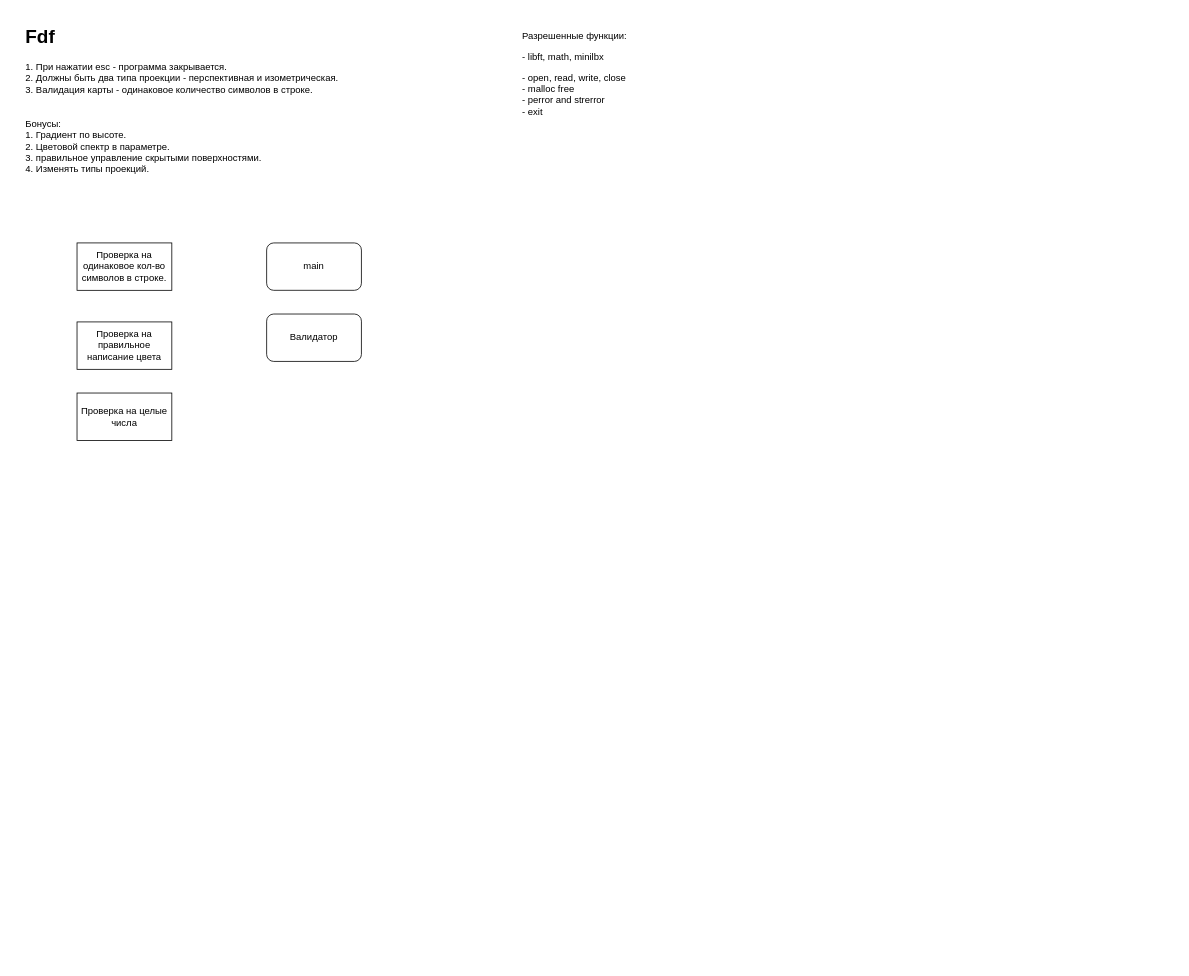
Above: map.drawio in Yaroslew/Fdf (draw.io), before the change. Source tidied: cells renumbered, new cells numbered last; positions are measured from the earlier drawing's top-left corner, leaving out a move shared by most shapes. Both pictures are drawn from the tidied source at 79%, with x=0, y=0 at pixel (21, 13).
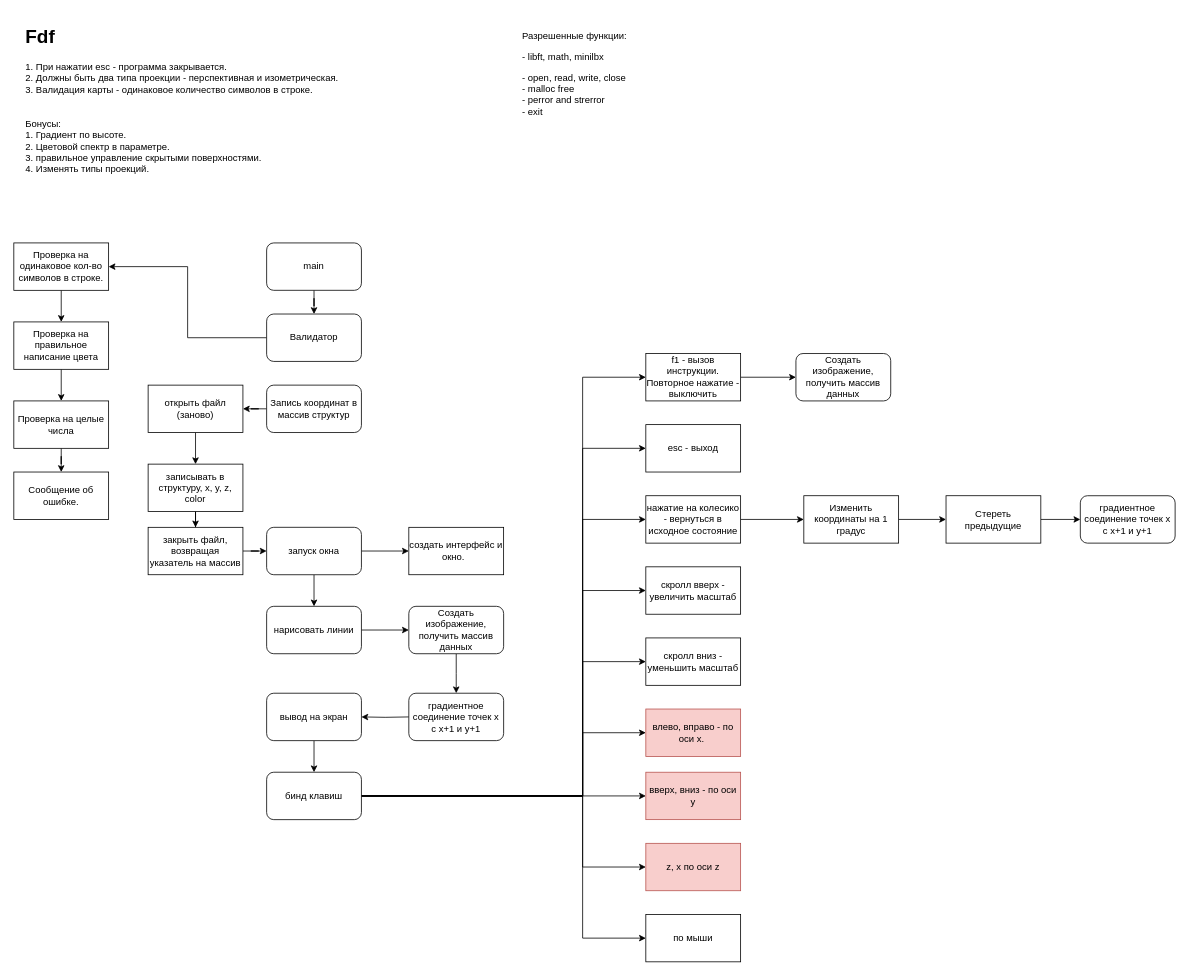
Above is the later version.

Unchanged cells that the change refers to:
```xml
<mxCell id="4" value="main" style="rounded=1;whiteSpace=wrap;html=1;" parent="1" vertex="1">
  <mxGeometry x="310" y="290" width="120" height="60" as="geometry" />
</mxCell>
<mxCell id="5" value="Валидатор" style="rounded=1;whiteSpace=wrap;html=1;" parent="1" vertex="1">
  <mxGeometry x="310" y="380" width="120" height="60" as="geometry" />
</mxCell>
```

The edit, as a diff of the source:
```diff
@@
+    <mxCell id="9" style="edgeStyle=orthogonalEdgeStyle;rounded=0;jettySize=auto;html=1;entryX=0.5;entryY=0;entryDx=0;entryDy=0;" parent="1" edge="1" source="4" target="5">
+      <mxGeometry relative="1" as="geometry" />
+    </mxCell>
@@
+    <mxCell id="10" style="edgeStyle=orthogonalEdgeStyle;rounded=0;jettySize=auto;html=1;entryX=1;entryY=0.5;entryDx=0;entryDy=0;" parent="1" edge="1" source="5" target="6">
+      <mxGeometry relative="1" as="geometry" />
+    </mxCell>
@@
+    <mxCell id="11" style="edgeStyle=orthogonalEdgeStyle;rounded=0;jettySize=auto;html=1;entryX=0.5;entryY=0;entryDx=0;entryDy=0;" parent="1" edge="1" source="6" target="7">
+      <mxGeometry relative="1" as="geometry" />
+    </mxCell>
     <mxCell id="6" value="Проверка на одинаковое кол-во символов в строке." style="rounded=0;whiteSpace=wrap;html=1;" parent="1" vertex="1">
-      <mxGeometry x="70" y="290" width="120" height="60" as="geometry" />
+      <mxGeometry x="-10" y="290" width="120" height="60" as="geometry" />
     </mxCell>
+    <mxCell id="12" style="edgeStyle=orthogonalEdgeStyle;rounded=0;jettySize=auto;html=1;entryX=0.5;entryY=0;entryDx=0;entryDy=0;" parent="1" edge="1" source="7" target="8">
+      <mxGeometry relative="1" as="geometry" />
+    </mxCell>
     <mxCell id="7" value="Проверка на правильное написание цвета" style="rounded=0;whiteSpace=wrap;html=1;" parent="1" vertex="1">
-      <mxGeometry x="70" y="390" width="120" height="60" as="geometry" />
+      <mxGeometry x="-10" y="390" width="120" height="60" as="geometry" />
     </mxCell>
+    <mxCell id="13" style="edgeStyle=orthogonalEdgeStyle;rounded=0;jettySize=auto;html=1;entryX=0.5;entryY=0;entryDx=0;entryDy=0;" parent="1" edge="1" source="8" target="46">
+      <mxGeometry relative="1" as="geometry" />
+    </mxCell>
     <mxCell id="8" value="Проверка на целые числа" style="rounded=0;whiteSpace=wrap;html=1;" parent="1" vertex="1">
-      <mxGeometry x="70" y="480" width="120" height="60" as="geometry" />
+      <mxGeometry x="-10" y="490" width="120" height="60" as="geometry" />
     </mxCell>
+    <mxCell id="14" style="edgeStyle=orthogonalEdgeStyle;rounded=0;jettySize=auto;html=1;exitX=1;exitY=0.5;exitDx=0;exitDy=0;entryX=0;entryY=0.5;entryDx=0;entryDy=0;" parent="1" edge="1" source="23" target="33">
+      <mxGeometry relative="1" as="geometry">
+        <Array as="points">
+          <mxPoint x="710" y="990" />
+          <mxPoint x="710" y="460" />
+        </Array>
+      </mxGeometry>
+    </mxCell>
+    <mxCell id="15" style="edgeStyle=orthogonalEdgeStyle;rounded=0;jettySize=auto;html=1;entryX=0;entryY=0.5;entryDx=0;entryDy=0;" parent="1" edge="1" source="23" target="24">
+      <mxGeometry relative="1" as="geometry">
+        <Array as="points">
+          <mxPoint x="710" y="990" />
+          <mxPoint x="710" y="550" />
+        </Array>
+      </mxGeometry>
+    </mxCell>
+    <mxCell id="16" style="edgeStyle=orthogonalEdgeStyle;rounded=0;jettySize=auto;html=1;entryX=0;entryY=0.5;entryDx=0;entryDy=0;" parent="1" edge="1" source="23" target="26">
+      <mxGeometry relative="1" as="geometry">
+        <Array as="points">
+          <mxPoint x="710" y="990" />
+          <mxPoint x="710" y="640" />
+        </Array>
+      </mxGeometry>
+    </mxCell>
+    <mxCell id="17" style="edgeStyle=orthogonalEdgeStyle;rounded=0;jettySize=auto;html=1;entryX=0;entryY=0.5;entryDx=0;entryDy=0;" parent="1" edge="1" source="23" target="27">
+      <mxGeometry relative="1" as="geometry">
+        <Array as="points">
+          <mxPoint x="710" y="990" />
+          <mxPoint x="710" y="730" />
+        </Array>
+      </mxGeometry>
+    </mxCell>
+    <mxCell id="18" style="edgeStyle=orthogonalEdgeStyle;rounded=0;jettySize=auto;html=1;entryX=0;entryY=0.5;entryDx=0;entryDy=0;" parent="1" edge="1" source="23" target="28">
+      <mxGeometry relative="1" as="geometry">
+        <Array as="points">
+          <mxPoint x="710" y="990" />
+          <mxPoint x="710" y="820" />
+        </Array>
+      </mxGeometry>
+    </mxCell>
+    <mxCell id="19" style="edgeStyle=orthogonalEdgeStyle;rounded=0;jettySize=auto;html=1;entryX=0;entryY=0.5;entryDx=0;entryDy=0;" parent="1" edge="1" source="23" target="29">
+      <mxGeometry relative="1" as="geometry">
+        <Array as="points">
+          <mxPoint x="710" y="990" />
+          <mxPoint x="710" y="910" />
+        </Array>
+      </mxGeometry>
+    </mxCell>
+    <mxCell id="20" style="edgeStyle=orthogonalEdgeStyle;rounded=0;jettySize=auto;html=1;entryX=0;entryY=0.5;entryDx=0;entryDy=0;" parent="1" edge="1" source="23" target="30">
+      <mxGeometry relative="1" as="geometry" />
+    </mxCell>
+    <mxCell id="21" style="edgeStyle=orthogonalEdgeStyle;rounded=0;jettySize=auto;html=1;entryX=0;entryY=0.5;entryDx=0;entryDy=0;" parent="1" edge="1" source="23" target="31">
+      <mxGeometry relative="1" as="geometry">
+        <Array as="points">
+          <mxPoint x="710" y="990" />
+          <mxPoint x="710" y="1080" />
+        </Array>
+      </mxGeometry>
+    </mxCell>
+    <mxCell id="22" style="edgeStyle=orthogonalEdgeStyle;rounded=0;jettySize=auto;html=1;entryX=0;entryY=0.5;entryDx=0;entryDy=0;" parent="1" edge="1" source="23" target="55">
+      <mxGeometry relative="1" as="geometry">
+        <Array as="points">
+          <mxPoint x="710" y="990" />
+          <mxPoint x="710" y="1170" />
+        </Array>
+      </mxGeometry>
+    </mxCell>
+    <mxCell id="23" value="бинд клавиш" style="rounded=1;whiteSpace=wrap;html=1;" parent="1" vertex="1">
+      <mxGeometry x="310" y="960" width="120" height="60" as="geometry" />
+    </mxCell>
+    <mxCell id="24" value="esc - выход" style="rounded=0;whiteSpace=wrap;html=1;" parent="1" vertex="1">
+      <mxGeometry x="790" y="520" width="120" height="60" as="geometry" />
+    </mxCell>
+    <mxCell id="25" style="edgeStyle=orthogonalEdgeStyle;rounded=0;jettySize=auto;html=1;entryX=0;entryY=0.5;entryDx=0;entryDy=0;" parent="1" edge="1" source="26" target="57">
+      <mxGeometry relative="1" as="geometry" />
+    </mxCell>
+    <mxCell id="26" value="нажатие на колесико - вернуться в исходное состояние" style="rounded=0;whiteSpace=wrap;html=1;" parent="1" vertex="1">
+      <mxGeometry x="790" y="610" width="120" height="60" as="geometry" />
+    </mxCell>
+    <mxCell id="27" value="скролл вверх - увеличить масштаб" style="rounded=0;whiteSpace=wrap;html=1;" parent="1" vertex="1">
+      <mxGeometry x="790" y="700" width="120" height="60" as="geometry" />
+    </mxCell>
+    <mxCell id="28" value="скролл вниз - уменьшить масштаб" style="rounded=0;whiteSpace=wrap;html=1;" parent="1" vertex="1">
+      <mxGeometry x="790" y="790" width="120" height="60" as="geometry" />
+    </mxCell>
+    <mxCell id="29" value="влево, вправо - по оси x.&amp;nbsp;" style="rounded=0;whiteSpace=wrap;html=1;fillColor=#f8cecc;strokeColor=#b85450;" parent="1" vertex="1">
+      <mxGeometry x="790" y="880" width="120" height="60" as="geometry" />
+    </mxCell>
+    <mxCell id="30" value="вверх, вниз - по оси y" style="rounded=0;whiteSpace=wrap;html=1;fillColor=#f8cecc;strokeColor=#b85450;" parent="1" vertex="1">
+      <mxGeometry x="790" y="960" width="120" height="60" as="geometry" />
+    </mxCell>
+    <mxCell id="31" value="z, x по оси z" style="rounded=0;whiteSpace=wrap;html=1;fillColor=#f8cecc;strokeColor=#b85450;" parent="1" vertex="1">
+      <mxGeometry x="790" y="1050" width="120" height="60" as="geometry" />
+    </mxCell>
+    <mxCell id="32" style="edgeStyle=orthogonalEdgeStyle;rounded=0;jettySize=auto;html=1;entryX=0;entryY=0.5;entryDx=0;entryDy=0;" parent="1" edge="1" source="33" target="54">
+      <mxGeometry relative="1" as="geometry" />
+    </mxCell>
+    <mxCell id="33" value="f1 - вызов инструкции.&lt;br&gt;Повторное нажатие - выключить&lt;br&gt;" style="rounded=0;whiteSpace=wrap;html=1;" parent="1" vertex="1">
+      <mxGeometry x="790" y="430" width="120" height="60" as="geometry" />
+    </mxCell>
+    <mxCell id="34" style="edgeStyle=orthogonalEdgeStyle;rounded=0;jettySize=auto;html=1;entryX=0;entryY=0.5;entryDx=0;entryDy=0;" parent="1" edge="1" source="36" target="37">
+      <mxGeometry relative="1" as="geometry" />
+    </mxCell>
+    <mxCell id="35" style="edgeStyle=orthogonalEdgeStyle;rounded=0;jettySize=auto;html=1;entryX=0.5;entryY=0;entryDx=0;entryDy=0;" parent="1" edge="1" source="36" target="48">
+      <mxGeometry relative="1" as="geometry" />
+    </mxCell>
+    <mxCell id="36" value="запуск окна" style="rounded=1;whiteSpace=wrap;html=1;" parent="1" vertex="1">
+      <mxGeometry x="310" y="650" width="120" height="60" as="geometry" />
+    </mxCell>
+    <mxCell id="37" value="создать интерфейс и окно.&amp;nbsp;&amp;nbsp;" style="rounded=0;whiteSpace=wrap;html=1;" parent="1" vertex="1">
+      <mxGeometry x="490" y="650" width="120" height="60" as="geometry" />
+    </mxCell>
+    <mxCell id="38" style="edgeStyle=orthogonalEdgeStyle;rounded=0;jettySize=auto;html=1;entryX=1;entryY=0.5;entryDx=0;entryDy=0;" parent="1" edge="1" source="39" target="41">
+      <mxGeometry relative="1" as="geometry" />
+    </mxCell>
+    <mxCell id="39" value="Запись координат в массив структур" style="rounded=1;whiteSpace=wrap;html=1;" parent="1" vertex="1">
+      <mxGeometry x="310" y="470" width="120" height="60" as="geometry" />
+    </mxCell>
+    <mxCell id="40" style="edgeStyle=orthogonalEdgeStyle;rounded=0;jettySize=auto;html=1;entryX=0.5;entryY=0;entryDx=0;entryDy=0;" parent="1" edge="1" source="41" target="43">
+      <mxGeometry relative="1" as="geometry" />
+    </mxCell>
+    <mxCell id="41" value="открыть файл (заново)" style="rounded=0;whiteSpace=wrap;html=1;" parent="1" vertex="1">
+      <mxGeometry x="160" y="470" width="120" height="60" as="geometry" />
+    </mxCell>
+    <mxCell id="42" style="edgeStyle=orthogonalEdgeStyle;rounded=0;jettySize=auto;html=1;entryX=0.5;entryY=0;entryDx=0;entryDy=0;" parent="1" edge="1" source="43" target="45">
+      <mxGeometry relative="1" as="geometry" />
+    </mxCell>
+    <mxCell id="43" value="записывать в структуру, x, y, z, color" style="rounded=0;whiteSpace=wrap;html=1;" parent="1" vertex="1">
+      <mxGeometry x="160" y="570" width="120" height="60" as="geometry" />
+    </mxCell>
+    <mxCell id="44" style="edgeStyle=orthogonalEdgeStyle;rounded=0;jettySize=auto;html=1;entryX=0;entryY=0.5;entryDx=0;entryDy=0;" parent="1" edge="1" source="45" target="36">
+      <mxGeometry relative="1" as="geometry" />
+    </mxCell>
+    <mxCell id="45" value="закрыть файл, возвращая указатель на массив" style="rounded=0;whiteSpace=wrap;html=1;" parent="1" vertex="1">
+      <mxGeometry x="160" y="650" width="120" height="60" as="geometry" />
+    </mxCell>
+    <mxCell id="46" value="Сообщение об ошибке." style="rounded=0;whiteSpace=wrap;html=1;" parent="1" vertex="1">
+      <mxGeometry x="-10" y="580" width="120" height="60" as="geometry" />
+    </mxCell>
+    <mxCell id="47" style="edgeStyle=orthogonalEdgeStyle;rounded=0;jettySize=auto;html=1;entryX=0;entryY=0.5;entryDx=0;entryDy=0;" parent="1" edge="1" source="48" target="51">
+      <mxGeometry relative="1" as="geometry" />
+    </mxCell>
+    <mxCell id="48" value="нарисовать линии" style="rounded=1;whiteSpace=wrap;html=1;" parent="1" vertex="1">
+      <mxGeometry x="310" y="750" width="120" height="60" as="geometry" />
+    </mxCell>
+    <mxCell id="49" style="edgeStyle=orthogonalEdgeStyle;rounded=0;jettySize=auto;html=1;entryX=1;entryY=0.5;entryDx=0;entryDy=0;" parent="1" edge="1" target="53">
+      <mxGeometry relative="1" as="geometry">
+        <mxPoint x="490" y="890" as="sourcePoint" />
+      </mxGeometry>
+    </mxCell>
+    <mxCell id="50" style="edgeStyle=orthogonalEdgeStyle;rounded=0;jettySize=auto;html=1;entryX=0.5;entryY=0;entryDx=0;entryDy=0;" parent="1" edge="1" source="51">
+      <mxGeometry relative="1" as="geometry">
+        <mxPoint x="550" y="860" as="targetPoint" />
+      </mxGeometry>
+    </mxCell>
+    <mxCell id="51" value="&lt;span&gt;Создать изображение, получить массив данных&lt;/span&gt;" style="rounded=1;whiteSpace=wrap;html=1;" parent="1" vertex="1">
+      <mxGeometry x="490" y="750" width="120" height="60" as="geometry" />
+    </mxCell>
+    <mxCell id="52" style="edgeStyle=orthogonalEdgeStyle;rounded=0;jettySize=auto;html=1;entryX=0.5;entryY=0;entryDx=0;entryDy=0;" parent="1" edge="1" source="53" target="23">
+      <mxGeometry relative="1" as="geometry" />
+    </mxCell>
+    <mxCell id="53" value="вывод на экран" style="rounded=1;whiteSpace=wrap;html=1;" parent="1" vertex="1">
+      <mxGeometry x="310" y="860" width="120" height="60" as="geometry" />
+    </mxCell>
+    <mxCell id="54" value="&lt;span&gt;Создать изображение, получить массив данных&lt;/span&gt;" style="rounded=1;whiteSpace=wrap;html=1;" parent="1" vertex="1">
+      <mxGeometry x="980" y="430" width="120" height="60" as="geometry" />
+    </mxCell>
+    <mxCell id="55" value="по мыши" style="rounded=0;whiteSpace=wrap;html=1;" parent="1" vertex="1">
+      <mxGeometry x="790" y="1140" width="120" height="60" as="geometry" />
+    </mxCell>
+    <mxCell id="56" style="edgeStyle=orthogonalEdgeStyle;rounded=0;jettySize=auto;html=1;entryX=0;entryY=0.5;entryDx=0;entryDy=0;" parent="1" edge="1" source="57" target="59">
+      <mxGeometry relative="1" as="geometry" />
+    </mxCell>
+    <mxCell id="57" value="&lt;span&gt;Изменить координаты на 1 градус&lt;/span&gt;" style="rounded=0;whiteSpace=wrap;html=1;" parent="1" vertex="1">
+      <mxGeometry x="990" y="610" width="120" height="60" as="geometry" />
+    </mxCell>
+    <mxCell id="58" style="edgeStyle=orthogonalEdgeStyle;rounded=0;jettySize=auto;html=1;exitX=1;exitY=0.5;exitDx=0;exitDy=0;entryX=0;entryY=0.5;entryDx=0;entryDy=0;" parent="1" edge="1" source="59" target="61">
+      <mxGeometry relative="1" as="geometry" />
+    </mxCell>
+    <mxCell id="59" value="Стереть предыдущие" style="rounded=0;whiteSpace=wrap;html=1;" parent="1" vertex="1">
+      <mxGeometry x="1170" y="610" width="120" height="60" as="geometry" />
+    </mxCell>
+    <mxCell id="60" value="&lt;span&gt;градиентное соединение точек x c x+1 и y+1&lt;/span&gt;" style="rounded=1;whiteSpace=wrap;html=1;" parent="1" vertex="1">
+      <mxGeometry x="490" y="860" width="120" height="60" as="geometry" />
+    </mxCell>
+    <mxCell id="61" value="&lt;span&gt;градиентное соединение точек x c x+1 и y+1&lt;/span&gt;" style="rounded=1;whiteSpace=wrap;html=1;" parent="1" vertex="1">
+      <mxGeometry x="1340" y="610" width="120" height="60" as="geometry" />
+    </mxCell>
```
